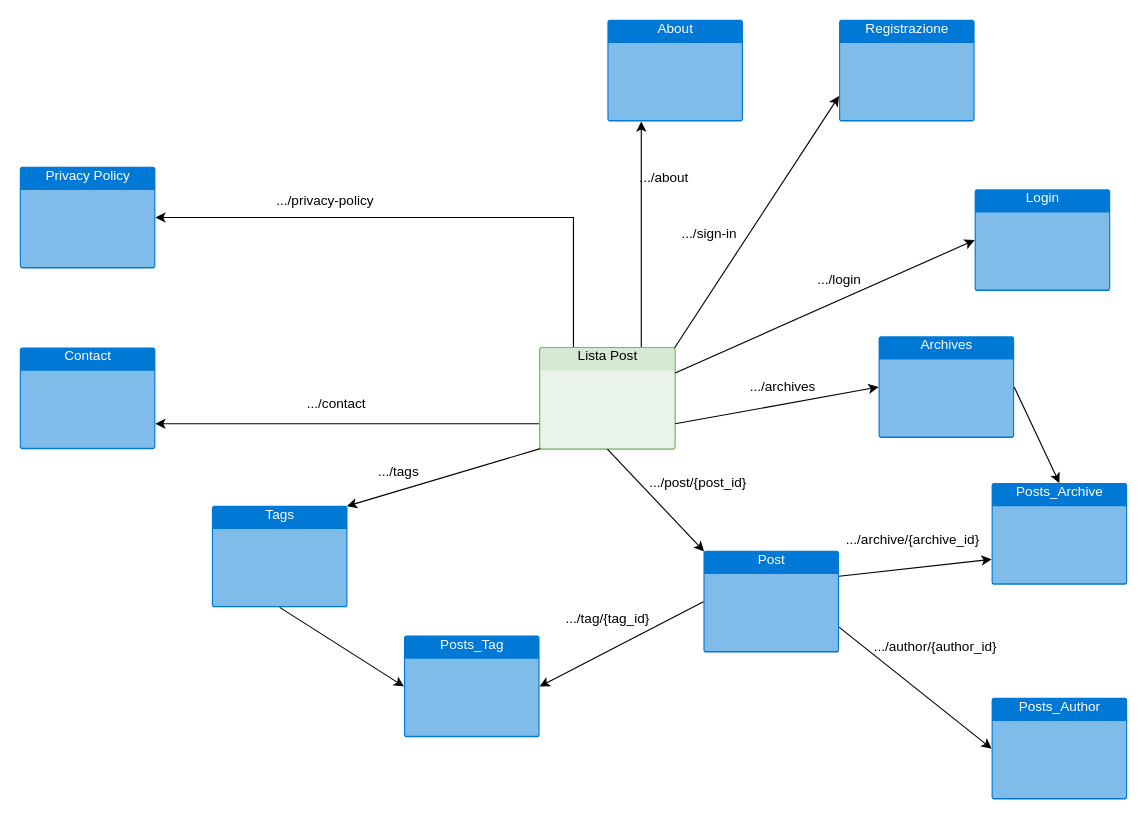
Before: page "Utenti non registrati" (1 of 3) of mappa_blog_3.0.drawio in lorenzofratini1998/ADVProgramming_Project, a draw.io diagram. Source tidied: cells renumbered, new cells numbered last; positions are measured from the earlier drawing's top-left corner, leaving out a move shared by most shapes. Both pictures are drawn from the tidied source at 113%, with x=0, y=0 at pixel (19, 19).
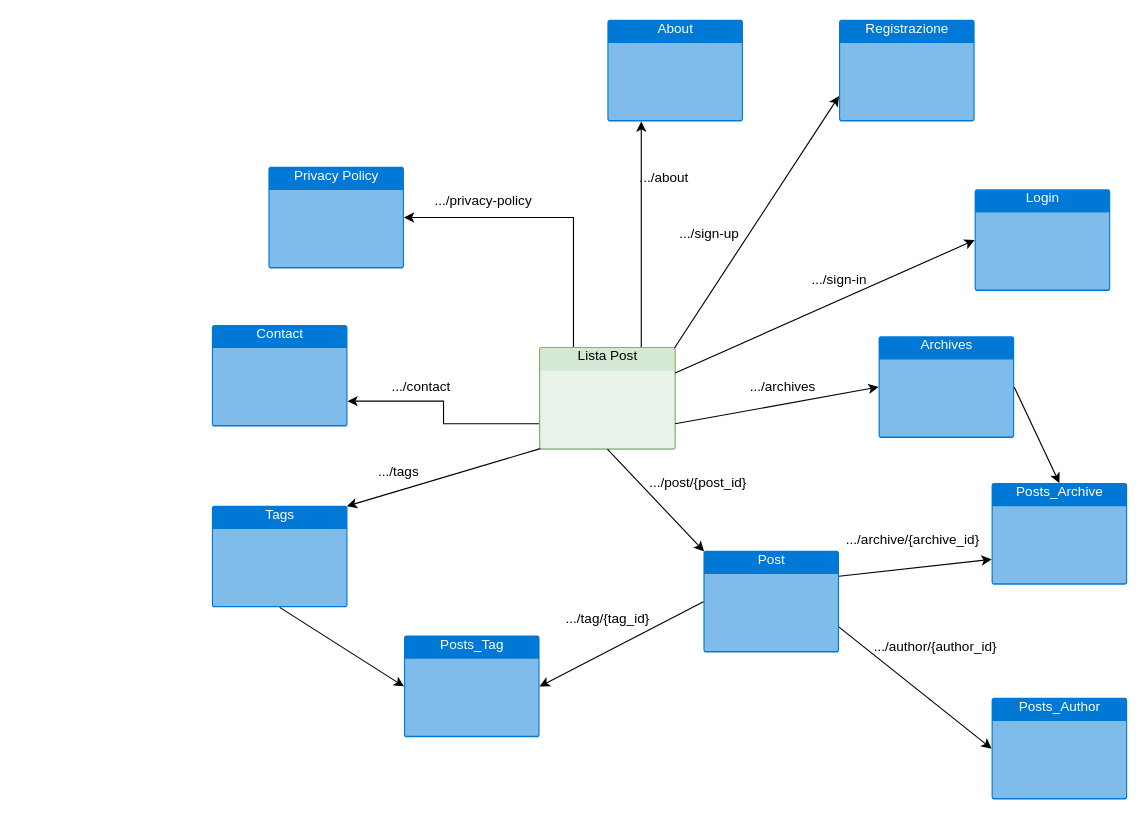
After the change.

The edit, as a diff of the source:
```diff
@@
     <mxCell id="2" value=".../privacy-policy" style="text;html=1;align=center;verticalAlign=middle;" parent="1" vertex="1">
-      <mxGeometry x="220" y="150" width="100" height="20" as="geometry" />
+      <mxGeometry x="360" y="150" width="100" height="20" as="geometry" />
     </mxCell>
@@
     <mxCell id="7" value="Privacy Policy" style="html=1;strokeColor=none;fillColor=#0079D6;labelPosition=center;verticalLabelPosition=middle;verticalAlign=top;align=center;fontSize=12;outlineConnect=0;spacingTop=-6;fontColor=#FFFFFF;shape=mxgraph.sitemap.page;" parent="1" vertex="1">
-      <mxGeometry y="130" width="120" height="90" as="geometry" />
+      <mxGeometry x="220" y="130" width="120" height="90" as="geometry" />
     </mxCell>
@@
     <mxCell id="12" value="Contact" style="html=1;strokeColor=none;fillColor=#0079D6;labelPosition=center;verticalLabelPosition=middle;verticalAlign=top;align=center;fontSize=12;outlineConnect=0;spacingTop=-6;fontColor=#FFFFFF;shape=mxgraph.sitemap.page;" parent="1" vertex="1">
-      <mxGeometry y="290" width="120" height="90" as="geometry" />
+      <mxGeometry x="170" y="270" width="120" height="90" as="geometry" />
     </mxCell>
     <mxCell id="13" value=".../contact" style="text;html=1;align=center;verticalAlign=middle;" parent="1" vertex="1">
-      <mxGeometry x="245" y="330" width="70" height="20" as="geometry" />
+      <mxGeometry x="320" y="315" width="70" height="20" as="geometry" />
     </mxCell>
@@
-    <mxCell id="17" value=".../login" style="text;html=1;align=center;verticalAlign=middle;" parent="1" vertex="1">
-      <mxGeometry x="700" y="220" width="50" height="20" as="geometry" />
+    <mxCell id="17" value=".../sign-in" style="text;html=1;align=center;verticalAlign=middle;" parent="1" vertex="1">
+      <mxGeometry x="695" y="220" width="60" height="20" as="geometry" />
     </mxCell>
@@
-    <mxCell id="20" value=".../sign-in" style="text;html=1;align=center;verticalAlign=middle;" parent="1" vertex="1">
-      <mxGeometry x="580" y="180" width="60" height="20" as="geometry" />
+    <mxCell id="20" value=".../sign-up" style="text;html=1;align=center;verticalAlign=middle;" parent="1" vertex="1">
+      <mxGeometry x="575" y="180" width="70" height="20" as="geometry" />
     </mxCell>
```
